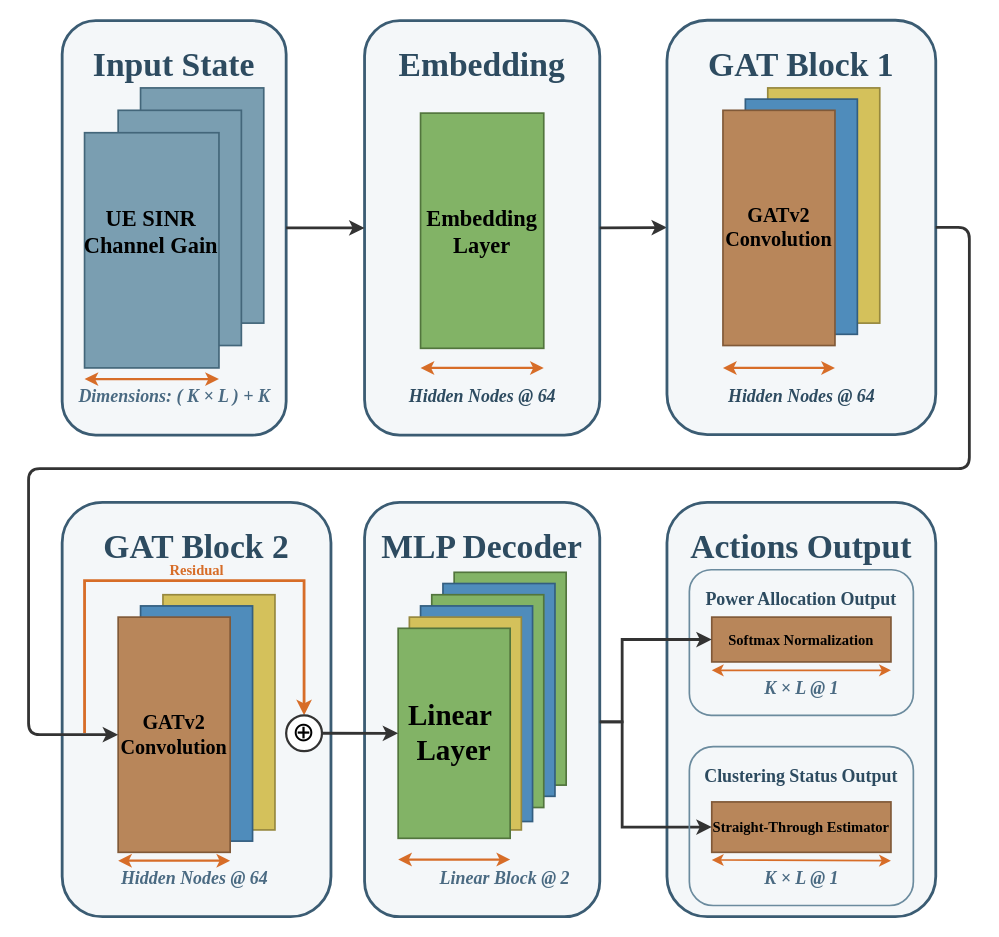
Above: 毕设GNN架构图.drawio in youmiwei/drawio (draw.io), before the change. Source tidied: cells renumbered, new cells numbered last; positions are measured from the earlier drawing's top-left corner, leaving out a move shared by most shapes. Both pictures are drawn from the tidied source at 112%, with x=0, y=0 at pixel (28, 20).
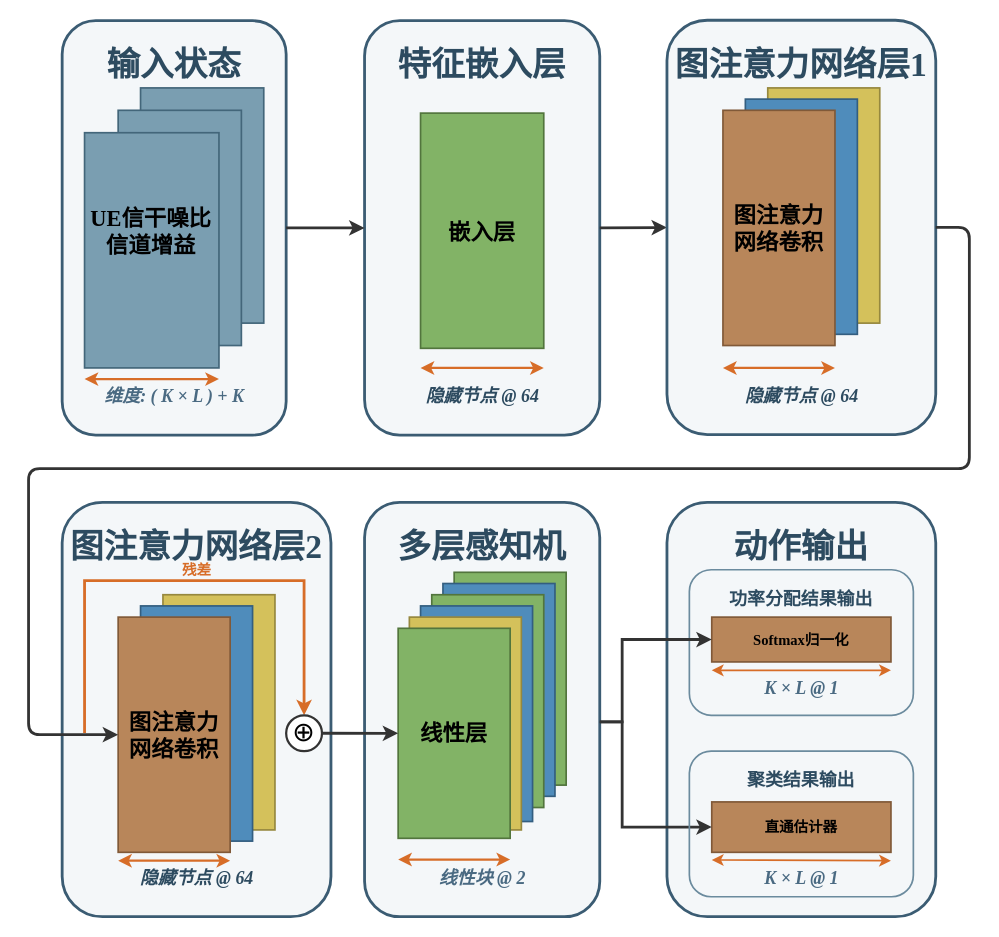
Above is the later version.

Commit message:
更新毕设GNN架构图.drawio

Unchanged cells that the change refers to:
```xml
<mxCell id="47" style="group;" parent="1" vertex="1">
  <mxGeometry x="620" y="60" width="140" height="250" as="geometry" />
</mxCell>
```

What changed in the source:
```diff
@@
-    <mxCell id="2" value="&lt;span&gt;&lt;font style=&quot;color: light-dark(rgb(45, 75, 96), rgb(128, 167, 130)); font-size: 30px;&quot;&gt;Embedding&lt;/font&gt;&lt;/span&gt;" style="rounded=1;whiteSpace=wrap;html=1;fillColor=#f4f7f9;strokeColor=#3b5c73;strokeWidth=2.5;align=center;verticalAlign=top;fontStyle=1;spacingTop=15;fontFamily=Times New Roman, 宋体;" parent="1" vertex="1">
+    <mxCell id="2" value="&lt;span&gt;&lt;font style=&quot;color: light-dark(rgb(45, 75, 96), rgb(128, 167, 130)); font-size: 30px;&quot;&gt;特征嵌入层&lt;/font&gt;&lt;/span&gt;" style="rounded=1;whiteSpace=wrap;html=1;fillColor=#f4f7f9;strokeColor=#3b5c73;strokeWidth=2.5;align=center;verticalAlign=top;fontStyle=1;spacingTop=15;fontFamily=Times New Roman, 宋体;" parent="1" vertex="1">
       <mxGeometry x="300" width="210" height="370" as="geometry" />
     </mxCell>
-    <mxCell id="3" value="&lt;font color=&quot;#2d4b60&quot; style=&quot;font-size: 30px;&quot;&gt;Input State&lt;/font&gt;" style="rounded=1;whiteSpace=wrap;html=1;fillColor=#f4f7f9;strokeColor=#3b5c73;strokeWidth=2.5;align=center;verticalAlign=top;fontStyle=1;spacingTop=15;fontFamily=Times New Roman, 宋体;" parent="1" vertex="1">
+    <mxCell id="3" value="&lt;font color=&quot;#2d4b60&quot; style=&quot;font-size: 30px;&quot;&gt;输入状态&lt;/font&gt;" style="rounded=1;whiteSpace=wrap;html=1;fillColor=#f4f7f9;strokeColor=#3b5c73;strokeWidth=2.5;align=center;verticalAlign=top;fontStyle=1;spacingTop=15;fontFamily=Times New Roman, 宋体;" parent="1" vertex="1">
       <mxGeometry x="30" width="200" height="370" as="geometry" />
     </mxCell>
-    <mxCell id="4" value="&lt;font color=&quot;#2d4b60&quot; style=&quot;font-size: 30px;&quot;&gt;GAT Block 2&lt;/font&gt;" style="rounded=1;whiteSpace=wrap;html=1;fillColor=#f4f7f9;strokeColor=#3b5c73;strokeWidth=2.5;align=center;verticalAlign=top;fontStyle=1;spacingTop=15;fontFamily=Times New Roman, 宋体;" parent="1" vertex="1">
+    <mxCell id="4" value="&lt;span style=&quot;color: rgb(45, 75, 96); font-size: 30px;&quot;&gt;图注意力网络层2&lt;/span&gt;" style="rounded=1;whiteSpace=wrap;html=1;fillColor=#f4f7f9;strokeColor=#3b5c73;strokeWidth=2.5;align=center;verticalAlign=top;fontStyle=1;spacingTop=15;fontFamily=Times New Roman, 宋体;" parent="1" vertex="1">
       <mxGeometry x="30" y="430" width="240" height="370" as="geometry" />
     </mxCell>
-    <mxCell id="5" value="&lt;font color=&quot;#2d4b60&quot; style=&quot;font-size: 30px;&quot;&gt;MLP Decoder&lt;/font&gt;" style="rounded=1;whiteSpace=wrap;html=1;fillColor=#f4f7f9;strokeColor=#3b5c73;strokeWidth=2.5;align=center;verticalAlign=top;fontStyle=1;spacingTop=15;fontFamily=Times New Roman, 宋体;" parent="1" vertex="1">
+    <mxCell id="5" value="&lt;font color=&quot;#2d4b60&quot; style=&quot;font-size: 30px;&quot;&gt;多层感知机&lt;/font&gt;" style="rounded=1;whiteSpace=wrap;html=1;fillColor=#f4f7f9;strokeColor=#3b5c73;strokeWidth=2.5;align=center;verticalAlign=top;fontStyle=1;spacingTop=15;fontFamily=Times New Roman, 宋体;" parent="1" vertex="1">
       <mxGeometry x="300" y="430" width="210" height="370" as="geometry" />
     </mxCell>
-    <mxCell id="6" value="&lt;font color=&quot;#2d4b60&quot; style=&quot;font-size: 30px;&quot;&gt;Actions Output&lt;/font&gt;" style="rounded=1;whiteSpace=wrap;html=1;fillColor=#f4f7f9;strokeColor=#3b5c73;strokeWidth=2.5;align=center;verticalAlign=top;fontStyle=1;spacingTop=15;fontFamily=Times New Roman, 宋体;" parent="1" vertex="1">
+    <mxCell id="6" value="&lt;font color=&quot;#2d4b60&quot; style=&quot;font-size: 30px;&quot;&gt;动作输出&lt;/font&gt;" style="rounded=1;whiteSpace=wrap;html=1;fillColor=#f4f7f9;strokeColor=#3b5c73;strokeWidth=2.5;align=center;verticalAlign=top;fontStyle=1;spacingTop=15;fontFamily=Times New Roman, 宋体;" parent="1" vertex="1">
       <mxGeometry x="570" y="430" width="240" height="370" as="geometry" />
     </mxCell>
@@
-    <mxCell id="10" value="&lt;font style=&quot;font-size: 20px; color: rgb(0, 0, 0);&quot;&gt;UE SINR&lt;br&gt;Channel Gain&lt;/font&gt;" style="text;html=1;align=center;verticalAlign=middle;fontSize=10;fontFamily=Times New Roman, 宋体;fontStyle=1;fontColor=#ffffff;" parent="1" vertex="1">
+    <mxCell id="10" value="&lt;font style=&quot;font-size: 20px; color: rgb(0, 0, 0);&quot;&gt;UE信干噪比&lt;br&gt;信道增益&lt;/font&gt;" style="text;html=1;align=center;verticalAlign=middle;fontSize=10;fontFamily=Times New Roman, 宋体;fontStyle=1;fontColor=#ffffff;" parent="1" vertex="1">
       <mxGeometry x="47.5" y="135" width="122.5" height="105" as="geometry" />
     </mxCell>
@@
-    <mxCell id="12" value="&lt;i&gt;&lt;font style=&quot;font-size: 16px;&quot;&gt;Dimensions: ( K × L ) + K&lt;/font&gt;&lt;/i&gt;" style="text;html=1;align=center;verticalAlign=middle;fontSize=13;fontFamily=Times New Roman, 宋体;fontStyle=1;fontColor=#4a6a82;" parent="1" vertex="1">
+    <mxCell id="12" value="&lt;i&gt;&lt;font style=&quot;font-size: 16px;&quot;&gt;维度: ( K × L ) + K&lt;/font&gt;&lt;/i&gt;" style="text;html=1;align=center;verticalAlign=middle;fontSize=13;fontFamily=Times New Roman, 宋体;fontStyle=1;fontColor=#4a6a82;" parent="1" vertex="1">
       <mxGeometry x="50" y="325" width="160" height="20" as="geometry" />
     </mxCell>
-    <mxCell id="13" value="&lt;font style=&quot;font-size: 20px; color: rgb(0, 0, 0);&quot;&gt;Embedding Layer&lt;/font&gt;" style="rounded=0;whiteSpace=wrap;html=1;fillColor=#82b366;strokeColor=#52753d;strokeWidth=1.5;fontFamily=Times New Roman, 宋体;fontStyle=1;fontSize=11;fontColor=#ffffff;direction=south;" parent="1" vertex="1">
+    <mxCell id="13" value="&lt;font style=&quot;font-size: 20px; color: rgb(0, 0, 0);&quot;&gt;嵌入层&lt;/font&gt;" style="rounded=0;whiteSpace=wrap;html=1;fillColor=#82b366;strokeColor=#52753d;strokeWidth=1.5;fontFamily=Times New Roman, 宋体;fontStyle=1;fontSize=11;fontColor=#ffffff;direction=south;" parent="1" vertex="1">
       <mxGeometry x="350" y="82.5" width="110" height="210" as="geometry" />
     </mxCell>
@@
-    <mxCell id="15" value="&lt;i&gt;&lt;font style=&quot;font-size: 16px; color: light-dark(rgb(45, 75, 96), rgb(237, 237, 237));&quot;&gt;Hidden Nodes @ 64&lt;/font&gt;&lt;/i&gt;" style="text;html=1;align=center;verticalAlign=middle;fontSize=13;fontFamily=Times New Roman, 宋体;fontStyle=1;fontColor=#3e6b40;" parent="1" vertex="1">
+    <mxCell id="15" value="&lt;i&gt;&lt;font style=&quot;font-size: 16px; color: light-dark(rgb(45, 75, 96), rgb(237, 237, 237));&quot;&gt;隐藏节点 @ 64&lt;/font&gt;&lt;/i&gt;" style="text;html=1;align=center;verticalAlign=middle;fontSize=13;fontFamily=Times New Roman, 宋体;fontStyle=1;fontColor=#3e6b40;" parent="1" vertex="1">
       <mxGeometry x="335" y="325" width="140" height="20" as="geometry" />
     </mxCell>
@@
-    <mxCell id="17" value="&lt;i&gt;&lt;font style=&quot;font-size: 16px;&quot;&gt;Hidden Nodes @ 64&amp;nbsp;&lt;/font&gt;&lt;/i&gt;" style="text;html=1;align=center;verticalAlign=middle;fontSize=13;fontFamily=Times New Roman, 宋体;fontStyle=1;fontColor=#4a6a82;" parent="1" vertex="1">
+    <mxCell id="17" value="&lt;i style=&quot;color: rgb(62, 107, 64);&quot;&gt;&lt;font style=&quot;font-size: 16px; color: light-dark(rgb(45, 75, 96), rgb(237, 237, 237));&quot;&gt;隐藏节点 @ 64&lt;/font&gt;&lt;/i&gt;" style="text;html=1;align=center;verticalAlign=middle;fontSize=13;fontFamily=Times New Roman, 宋体;fontStyle=1;fontColor=#4a6a82;" parent="1" vertex="1">
       <mxGeometry x="65" y="755" width="170" height="20" as="geometry" />
     </mxCell>
@@
-    <mxCell id="19" value="&lt;b&gt;Residual&lt;/b&gt;" style="text;html=1;align=center;verticalAlign=middle;fontSize=13;fontFamily=Times New Roman, 宋体;fontColor=#d76d28;" parent="1" vertex="1">
+    <mxCell id="19" value="&lt;b&gt;残差&lt;/b&gt;" style="text;html=1;align=center;verticalAlign=middle;fontSize=13;fontFamily=Times New Roman, 宋体;fontColor=#d76d28;" parent="1" vertex="1">
       <mxGeometry x="70" y="480" width="160" height="20" as="geometry" />
     </mxCell>
@@
-    <mxCell id="25" value="&lt;font style=&quot;color: rgb(0, 0, 0); font-size: 26px;&quot;&gt;Linear&amp;nbsp;&lt;/font&gt;&lt;div&gt;&lt;font style=&quot;color: rgb(0, 0, 0); font-size: 26px;&quot;&gt;Layer&lt;/font&gt;&lt;/div&gt;" style="rounded=0;whiteSpace=wrap;html=1;fillColor=#82b366;strokeColor=#52753d;strokeWidth=1.5;fontFamily=Times New Roman, 宋体;fontStyle=1;fontSize=10;fontColor=#ffffff;" parent="1" vertex="1">
+    <mxCell id="25" value="&lt;font color=&quot;#000000&quot; style=&quot;font-size: 20px;&quot;&gt;线性层&lt;/font&gt;" style="rounded=0;whiteSpace=wrap;html=1;fillColor=#82b366;strokeColor=#52753d;strokeWidth=1.5;fontFamily=Times New Roman, 宋体;fontStyle=1;fontSize=10;fontColor=#ffffff;" parent="1" vertex="1">
       <mxGeometry x="330" y="542.5" width="100" height="187.5" as="geometry" />
     </mxCell>
@@
-    <mxCell id="27" value="&lt;i&gt;&lt;font style=&quot;font-size: 16px;&quot;&gt;Linear Block @ 2&lt;/font&gt;&lt;/i&gt;" style="text;html=1;align=center;verticalAlign=middle;fontSize=13;fontFamily=Times New Roman, 宋体;fontStyle=1;fontColor=#4a6a82;" parent="1" vertex="1">
-      <mxGeometry x="350" y="755" width="150" height="20" as="geometry" />
+    <mxCell id="27" value="&lt;i&gt;&lt;font style=&quot;&quot;&gt;&lt;span style=&quot;font-size: 16px;&quot;&gt;线性块&amp;nbsp;@ 2&lt;/span&gt;&lt;/font&gt;&lt;/i&gt;" style="text;html=1;align=center;verticalAlign=middle;fontSize=13;fontFamily=Times New Roman, 宋体;fontStyle=1;fontColor=#4a6a82;" parent="1" vertex="1">
+      <mxGeometry x="330" y="755" width="150" height="20" as="geometry" />
     </mxCell>
-    <mxCell id="28" value="&lt;font style=&quot;font-size: 16px;&quot;&gt;Power Allocation Output&lt;/font&gt;" style="rounded=1;whiteSpace=wrap;html=1;fillColor=none;strokeColor=#6b8b9e;strokeWidth=1.5;align=center;verticalAlign=top;fontStyle=1;fontSize=13;fontColor=#2d4b60;spacingTop=10;fontFamily=Times New Roman, 宋体;" parent="1" vertex="1">
+    <mxCell id="28" value="&lt;font style=&quot;font-size: 16px;&quot;&gt;功率分配结果输出&lt;/font&gt;" style="rounded=1;whiteSpace=wrap;html=1;fillColor=none;strokeColor=#6b8b9e;strokeWidth=1.5;align=center;verticalAlign=top;fontStyle=1;fontSize=13;fontColor=#2d4b60;spacingTop=10;fontFamily=Times New Roman, 宋体;" parent="1" vertex="1">
       <mxGeometry x="590" y="490.2" width="200" height="130" as="geometry" />
     </mxCell>
-    <mxCell id="29" value="&lt;span style=&quot;font-size: 13px; font-weight: 700;&quot;&gt;&lt;font style=&quot;color: rgb(0, 0, 0);&quot;&gt;Softmax Normalization&lt;/font&gt;&lt;/span&gt;" style="rounded=0;whiteSpace=wrap;html=1;fillColor=#b8865a;strokeColor=#805938;strokeWidth=1.5;fontFamily=Times New Roman, 宋体;" parent="1" vertex="1">
+    <mxCell id="29" value="&lt;span style=&quot;font-size: 13px; font-weight: 700;&quot;&gt;&lt;font style=&quot;color: rgb(0, 0, 0);&quot;&gt;Softmax归一化&lt;/font&gt;&lt;/span&gt;" style="rounded=0;whiteSpace=wrap;html=1;fillColor=#b8865a;strokeColor=#805938;strokeWidth=1.5;fontFamily=Times New Roman, 宋体;" parent="1" vertex="1">
       <mxGeometry x="610" y="532.5" width="160" height="40" as="geometry" />
     </mxCell>
@@
-    <mxCell id="32" value="&lt;span style=&quot;font-size: 13px; font-weight: 700;&quot;&gt;&lt;font style=&quot;color: rgb(0, 0, 0);&quot;&gt;Straight-Through Estimator&lt;/font&gt;&lt;/span&gt;" style="rounded=0;whiteSpace=wrap;html=1;fillColor=#b8865a;strokeColor=#805938;strokeWidth=1.5;fontFamily=Times New Roman, 宋体;" parent="1" vertex="1">
+    <mxCell id="32" value="&lt;span style=&quot;font-size: 13px; font-weight: 700;&quot;&gt;&lt;font style=&quot;color: rgb(0, 0, 0);&quot;&gt;直通估计器&lt;/font&gt;&lt;/span&gt;" style="rounded=0;whiteSpace=wrap;html=1;fillColor=#b8865a;strokeColor=#805938;strokeWidth=1.5;fontFamily=Times New Roman, 宋体;" parent="1" vertex="1">
       <mxGeometry x="610" y="697.5" width="160" height="45" as="geometry" />
     </mxCell>
@@
-    <mxCell id="42" value="&lt;font style=&quot;color: rgb(0, 0, 0); font-size: 18px;&quot;&gt;GATv2 Convolution&lt;/font&gt;" style="rounded=0;whiteSpace=wrap;html=1;fillColor=#b8865a;strokeColor=#805938;strokeWidth=1.5;fontFamily=Times New Roman, 宋体;fontStyle=1;fontSize=11;fontColor=#ffffff;direction=south;" parent="1" vertex="1">
+    <mxCell id="42" value="&lt;span style=&quot;color: rgb(0, 0, 0);&quot;&gt;&lt;font style=&quot;font-size: 20px;&quot;&gt;图注意力网络卷积&lt;/font&gt;&lt;/span&gt;" style="rounded=0;whiteSpace=wrap;html=1;fillColor=#b8865a;strokeColor=#805938;strokeWidth=1.5;fontFamily=Times New Roman, 宋体;fontStyle=1;fontSize=11;fontColor=#ffffff;direction=south;" parent="1" vertex="1">
       <mxGeometry x="80" y="532.5" width="100" height="210" as="geometry" />
     </mxCell>
@@
-    <mxCell id="45" value="&lt;font color=&quot;#2d4b60&quot; style=&quot;font-size: 30px;&quot;&gt;GAT Block 1&lt;/font&gt;" style="rounded=1;whiteSpace=wrap;html=1;fillColor=#f4f7f9;strokeColor=#3b5c73;strokeWidth=2.5;align=center;verticalAlign=top;fontStyle=1;spacingTop=15;fontFamily=Times New Roman, 宋体;" parent="1" vertex="1">
+    <mxCell id="45" value="&lt;font color=&quot;#2d4b60&quot; style=&quot;font-size: 30px;&quot;&gt;图注意力网络层1&lt;/font&gt;" style="rounded=1;whiteSpace=wrap;html=1;fillColor=#f4f7f9;strokeColor=#3b5c73;strokeWidth=2.5;align=center;verticalAlign=top;fontStyle=1;spacingTop=15;fontFamily=Times New Roman, 宋体;" parent="1" vertex="1">
       <mxGeometry x="570" y="-0.4" width="240" height="370" as="geometry" />
     </mxCell>
-    <mxCell id="46" value="&lt;span style=&quot;font-size: 16px;&quot;&gt;Clustering Status Output&lt;/span&gt;" style="rounded=1;whiteSpace=wrap;html=1;fillColor=none;strokeColor=#6b8b9e;strokeWidth=1.5;align=center;verticalAlign=top;fontStyle=1;fontSize=13;fontColor=#2d4b60;spacingTop=10;fontFamily=Times New Roman, 宋体;" parent="1" vertex="1">
-      <mxGeometry x="590" y="648.2" width="200" height="141.8" as="geometry" />
-    </mxCell>
@@
-    <mxCell id="50" value="&lt;font style=&quot;color: rgb(0, 0, 0); font-size: 18px;&quot;&gt;GATv2 Convolution&lt;/font&gt;" style="rounded=0;whiteSpace=wrap;html=1;fillColor=#b8865a;strokeColor=#805938;strokeWidth=1.5;fontFamily=Times New Roman, 宋体;fontStyle=1;fontSize=11;fontColor=#ffffff;direction=south;" parent="47" vertex="1">
+    <mxCell id="50" value="&lt;font style=&quot;color: rgb(0, 0, 0); font-size: 20px;&quot;&gt;图注意力网络卷积&lt;/font&gt;" style="rounded=0;whiteSpace=wrap;html=1;fillColor=#b8865a;strokeColor=#805938;strokeWidth=1.5;fontFamily=Times New Roman, 宋体;fontStyle=1;fontSize=11;fontColor=#ffffff;direction=south;" parent="47" vertex="1">
       <mxGeometry y="20" width="100" height="210" as="geometry" />
     </mxCell>
@@
-    <mxCell id="52" value="&lt;i&gt;&lt;font style=&quot;font-size: 16px; color: light-dark(rgb(45, 75, 96), rgb(237, 237, 237));&quot;&gt;Hidden Nodes @ 64&lt;/font&gt;&lt;/i&gt;" style="text;html=1;align=center;verticalAlign=middle;fontSize=13;fontFamily=Times New Roman, 宋体;fontStyle=1;fontColor=#3e6b40;" parent="1" vertex="1">
+    <mxCell id="52" value="&lt;i&gt;&lt;font style=&quot;font-size: 16px; color: light-dark(rgb(45, 75, 96), rgb(237, 237, 237));&quot;&gt;隐藏节点 @ 64&lt;/font&gt;&lt;/i&gt;" style="text;html=1;align=center;verticalAlign=middle;fontSize=13;fontFamily=Times New Roman, 宋体;fontStyle=1;fontColor=#3e6b40;" parent="1" vertex="1">
       <mxGeometry x="620" y="325" width="140" height="20" as="geometry" />
     </mxCell>
@@
+    <mxCell id="46" value="&lt;span style=&quot;font-size: 16px;&quot;&gt;聚类结果输出&lt;/span&gt;" style="rounded=1;whiteSpace=wrap;html=1;fillColor=none;strokeColor=#6b8b9e;strokeWidth=1.5;align=center;verticalAlign=top;fontStyle=1;fontSize=13;fontColor=#2d4b60;spacingTop=10;fontFamily=Times New Roman, 宋体;" parent="1" vertex="1">
+      <mxGeometry x="590" y="652.2" width="200" height="130" as="geometry" />
+    </mxCell>
```
